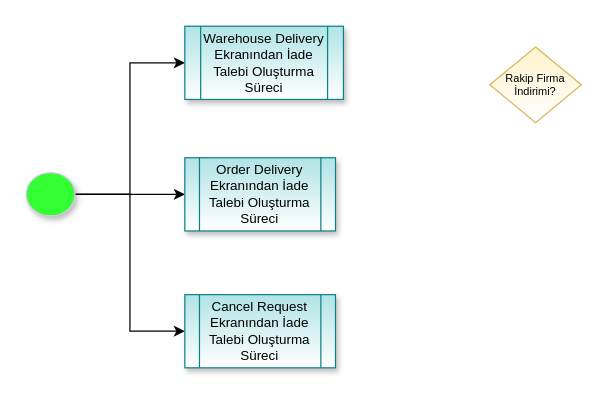
Before: page "Return" (2 of 4) of Docs/Başlıksız Diyagram.drawio in Aylaner/V7Docs2, a draw.io diagram. Source tidied: cells renumbered, new cells numbered last; positions are measured from the earlier drawing's top-left corner, leaving out a move shared by most shapes. Both pictures are drawn from the tidied source at 122%, with x=0, y=0 at pixel (26, 26).
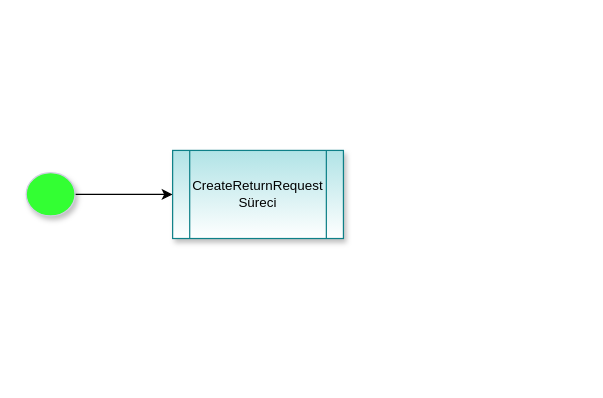
After the change.

What changed in the source:
```diff
@@
 <mxGraphModel>
   <root>
     <mxCell id="0" />
     <mxCell id="1" parent="0" />
-    <mxCell id="2" style="edgeStyle=orthogonalEdgeStyle;rounded=0;jettySize=auto;html=1;exitX=1;exitY=0.5;exitDx=0;exitDy=0;entryX=0;entryY=0.5;entryDx=0;entryDy=0;" parent="1" edge="1" source="5" target="7">
-      <mxGeometry relative="1" as="geometry" />
-    </mxCell>
-    <mxCell id="3" style="edgeStyle=orthogonalEdgeStyle;rounded=0;jettySize=auto;html=1;exitX=1;exitY=0.5;exitDx=0;exitDy=0;entryX=0;entryY=0.5;entryDx=0;entryDy=0;" parent="1" edge="1" source="5" target="9">
-      <mxGeometry relative="1" as="geometry" />
-    </mxCell>
-    <mxCell id="4" style="edgeStyle=orthogonalEdgeStyle;rounded=0;jettySize=auto;html=1;exitX=1;exitY=0.5;exitDx=0;exitDy=0;entryX=0;entryY=0.5;entryDx=0;entryDy=0;" parent="1" edge="1" source="5" target="8">
-      <mxGeometry relative="1" as="geometry" />
-    </mxCell>
+    <mxCell id="10" style="edgeStyle=orthogonalEdgeStyle;rounded=0;jettySize=auto;html=1;exitX=1;exitY=0.5;exitDx=0;exitDy=0;entryX=0;entryY=0.5;entryDx=0;entryDy=0;" parent="1" edge="1" source="5" target="11">
+      <mxGeometry relative="1" as="geometry" />
+    </mxCell>
     <mxCell id="5" style="ellipse;whiteSpace=wrap;html=1;rounded=0;shadow=1;labelBackgroundColor=none;strokeWidth=1;fontFamily=Verdana;fontSize=8;align=center;strokeColor=#D0CEE2;fontColor=#1A1A1A;fillColor=#33FF33;" parent="1" vertex="1">
       <mxGeometry y="120" width="40" height="35.5" as="geometry" />
     </mxCell>
-    <mxCell id="6" value="Rakip Firma İndirimi?" style="rhombus;whiteSpace=wrap;html=1;fontSize=9;fillColor=#fff2cc;strokeColor=#d6b656;gradientColor=#ffffff;" parent="1" vertex="1">
-      <mxGeometry x="380" y="17" width="75" height="62" as="geometry" />
-    </mxCell>
-    <mxCell id="7" value="Cancel Request Ekranından İade Talebi Oluşturma Süreci" style="shape=process;whiteSpace=wrap;html=1;backgroundOutline=1;fontSize=11;fillColor=#b0e3e6;strokeColor=#0e8088;shadow=1;gradientColor=#ffffff;" parent="1" vertex="1">
-      <mxGeometry x="130" y="220" width="123.5" height="60" as="geometry" />
-    </mxCell>
-    <mxCell id="8" value="Order Delivery Ekranından İade Talebi Oluşturma Süreci" style="shape=process;whiteSpace=wrap;html=1;backgroundOutline=1;fontSize=11;fillColor=#b0e3e6;strokeColor=#0e8088;shadow=1;gradientColor=#ffffff;" parent="1" vertex="1">
-      <mxGeometry x="130" y="107.8" width="123.5" height="60" as="geometry" />
-    </mxCell>
-    <mxCell id="9" value="Warehouse Delivery Ekranından İade Talebi Oluşturma Süreci" style="shape=process;whiteSpace=wrap;html=1;backgroundOutline=1;fontSize=11;fillColor=#b0e3e6;strokeColor=#0e8088;shadow=1;gradientColor=#ffffff;" parent="1" vertex="1">
-      <mxGeometry x="130" width="130" height="60" as="geometry" />
-    </mxCell>
+    <mxCell id="11" value="CreateReturnRequest Süreci" style="shape=process;whiteSpace=wrap;html=1;backgroundOutline=1;fontSize=11;fillColor=#b0e3e6;strokeColor=#0e8088;shadow=1;gradientColor=#ffffff;fontColor=#000000;" parent="1" vertex="1">
+      <mxGeometry x="120" y="101.8" width="140" height="72.2" as="geometry" />
+    </mxCell>
   </root>
 </mxGraphModel>
```
